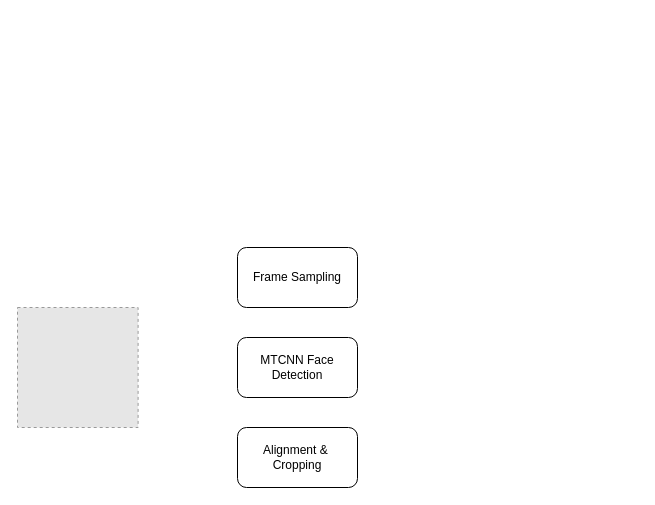
Above: DeepFakeDetectionArchitecture.drawio in lukas0173/Draw.io (draw.io), before the change. Source tidied: cells renumbered, new cells numbered last; positions are measured from the earlier drawing's top-left corner, leaving out a move shared by most shapes. Both pictures are drawn from the tidied source at 100%, with x=0, y=0 at pixel (17, 247). Pictures stored in the file or linked from it are replaced by grey dashed boxes.
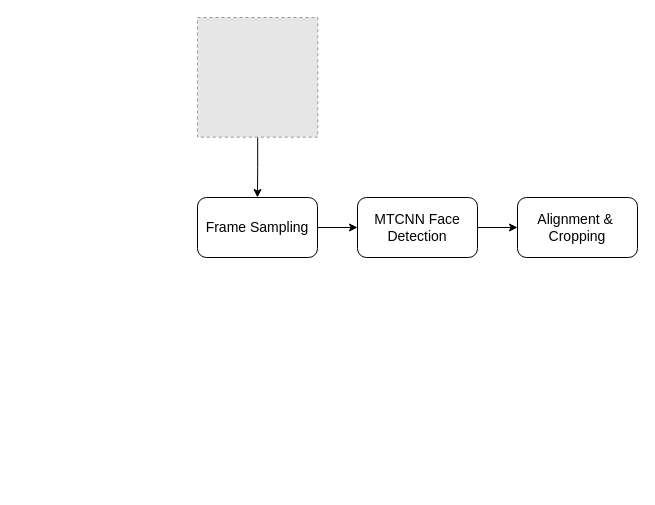
The same diagram, later.

The edit, as a diff of the source:
```diff
@@
 <mxGraphModel>
   <root>
     <mxCell id="0" />
     <mxCell id="1" parent="0" />
+    <mxCell id="6" style="edgeStyle=orthogonalEdgeStyle;rounded=0;jettySize=auto;html=1;" parent="1" edge="1" source="2" target="3">
+      <mxGeometry relative="1" as="geometry" />
+    </mxCell>
     <mxCell id="2" style="fillColor=#E6E6E6;strokeColor=#999999;dashed=1;verticalLabelPosition=bottom;verticalAlign=top;" parent="1" vertex="1">
-      <mxGeometry y="60" width="120.6" height="120" as="geometry" />
+      <mxGeometry x="180" y="-230" width="120.3" height="119.7" as="geometry" />
     </mxCell>
+    <mxCell id="7" style="edgeStyle=orthogonalEdgeStyle;rounded=0;jettySize=auto;html=1;" parent="1" edge="1" source="3" target="4">
+      <mxGeometry relative="1" as="geometry" />
+    </mxCell>
-    <mxCell id="3" value="Frame Sampling" style="rounded=1;whiteSpace=wrap;html=1;" parent="1" vertex="1">
-      <mxGeometry x="220" width="120" height="60" as="geometry" />
+    <mxCell id="3" value="Frame Sampling" style="rounded=1;whiteSpace=wrap;html=1;fontSize=14;" parent="1" vertex="1">
+      <mxGeometry x="180" y="-50" width="120" height="60" as="geometry" />
     </mxCell>
+    <mxCell id="8" style="edgeStyle=orthogonalEdgeStyle;rounded=0;jettySize=auto;html=1;" parent="1" edge="1" source="4" target="5">
+      <mxGeometry relative="1" as="geometry" />
+    </mxCell>
-    <mxCell id="4" value="MTCNN Face Detection" style="rounded=1;whiteSpace=wrap;html=1;" parent="1" vertex="1">
-      <mxGeometry x="220" y="90" width="120" height="60" as="geometry" />
+    <mxCell id="4" value="MTCNN Face Detection" style="rounded=1;whiteSpace=wrap;html=1;fontSize=14;" parent="1" vertex="1">
+      <mxGeometry x="340" y="-50" width="120" height="60" as="geometry" />
     </mxCell>
-    <mxCell id="5" value="Alignment &amp;amp;&amp;nbsp;&lt;div&gt;Cropping&lt;/div&gt;" style="rounded=1;whiteSpace=wrap;html=1;" parent="1" vertex="1">
-      <mxGeometry x="220" y="180" width="120" height="60" as="geometry" />
+    <mxCell id="5" value="Alignment &amp;amp;&amp;nbsp;&lt;div&gt;Cropping&lt;/div&gt;" style="rounded=1;whiteSpace=wrap;html=1;fontSize=14;" parent="1" vertex="1">
+      <mxGeometry x="500" y="-50" width="120" height="60" as="geometry" />
     </mxCell>
   </root>
 </mxGraphModel>
```
